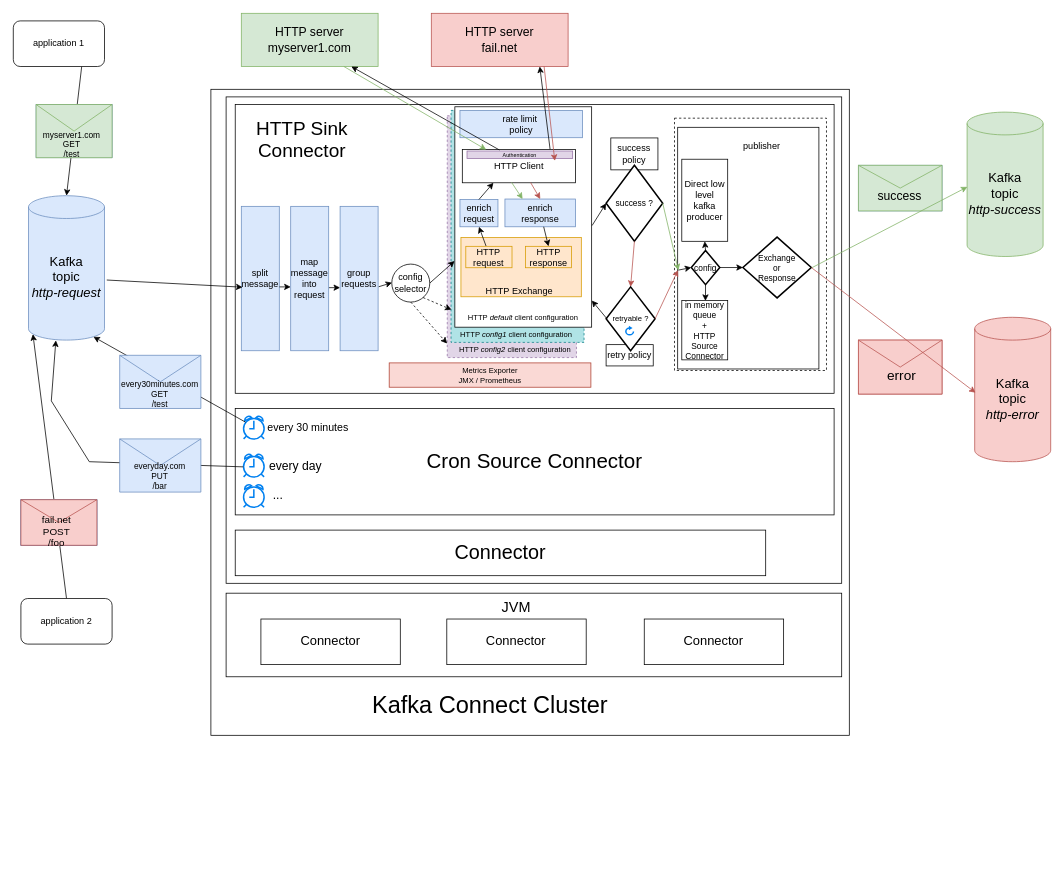
clescot/kafka-connect-http keeps this draw.io diagram as docs/images/architecture_options_2.drawio. Above is the earlier version. Source tidied: cells renumbered, new cells numbered last; positions are measured from the earlier drawing's top-left corner, leaving out a move shared by most shapes. Both pictures are drawn from the tidied source at 76%, with x=0, y=0 at pixel (13, 13).
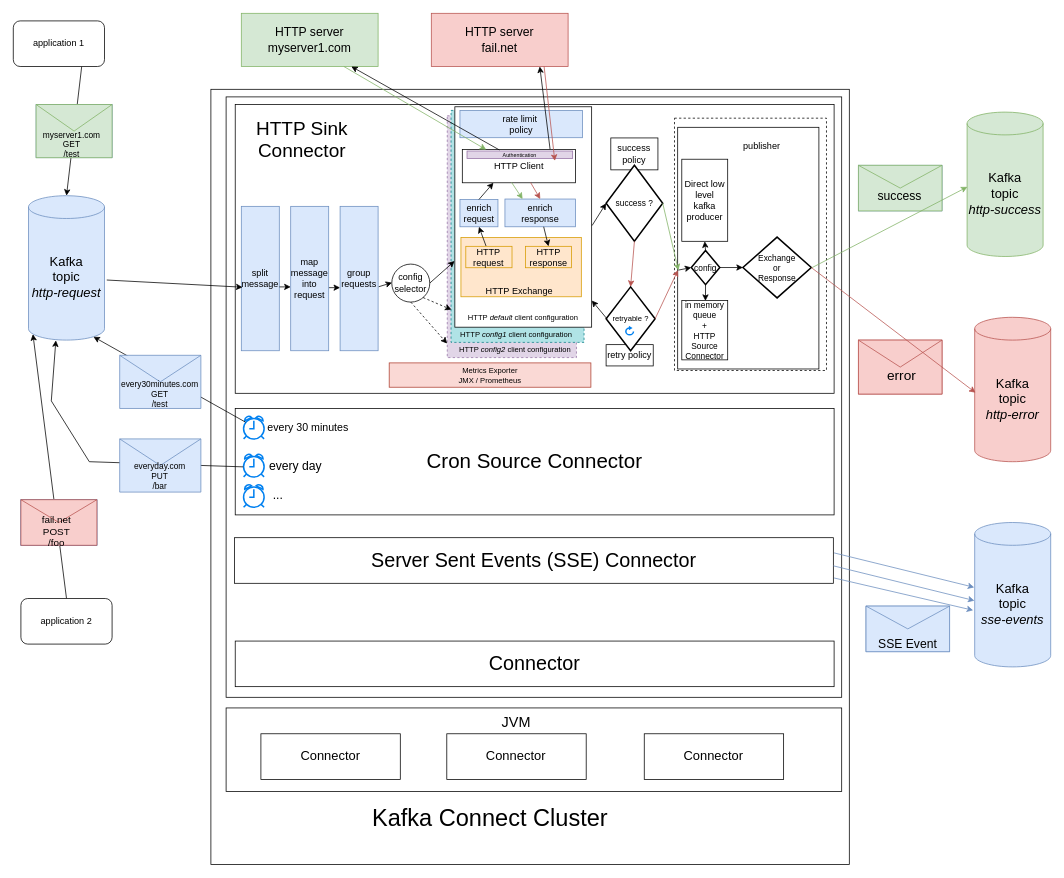
The same page after the edit.

Change to the diagram source:
```diff
@@
     <mxCell id="3" style="rounded=0;whiteSpace=wrap;html=1;" parent="1" vertex="1">
-      <mxGeometry x="260" y="100" width="840" height="850" as="geometry" />
+      <mxGeometry x="260" y="100" width="840" height="1020" as="geometry" />
     </mxCell>
     <mxCell id="4" style="rounded=0;whiteSpace=wrap;html=1;" parent="1" vertex="1">
-      <mxGeometry x="280" y="110" width="810" height="640" as="geometry" />
+      <mxGeometry x="280" y="110" width="810" height="790" as="geometry" />
     </mxCell>
     <mxCell id="5" value="&lt;font style=&quot;font-size: 31px;&quot;&gt;Kafka Connect Cluster&lt;/font&gt;" style="text;html=1;align=center;verticalAlign=middle;whiteSpace=wrap;rounded=0;" parent="1" vertex="1">
-      <mxGeometry x="455" y="895" width="345" height="30" as="geometry" />
+      <mxGeometry x="455" y="1044" width="345" height="30" as="geometry" />
     </mxCell>
@@
     <mxCell id="20" value="&lt;font style=&quot;font-size: 26px;&quot;&gt;Connector&lt;/font&gt;" style="rounded=0;whiteSpace=wrap;html=1;" parent="1" vertex="1">
-      <mxGeometry x="292" y="680" width="698" height="60" as="geometry" />
+      <mxGeometry x="292" y="826" width="788" height="60" as="geometry" />
     </mxCell>
@@
     <mxCell id="49" style="group;" parent="1" vertex="1">
-      <mxGeometry x="280" y="763" width="810" height="110" as="geometry" />
+      <mxGeometry x="280" y="914" width="810" height="110" as="geometry" />
     </mxCell>
@@
+    <mxCell id="114" value="&lt;font style=&quot;font-size: 26px;&quot;&gt;Server Sent Events (SSE) Connector&lt;/font&gt;" style="rounded=0;whiteSpace=wrap;html=1;" parent="1" vertex="1">
+      <mxGeometry x="291" y="690" width="788" height="60" as="geometry" />
+    </mxCell>
+    <mxCell id="115" value="&lt;font style=&quot;font-size: 17px;&quot;&gt;Kafka&lt;/font&gt;&lt;div style=&quot;font-size: 17px;&quot;&gt;&lt;font style=&quot;font-size: 17px;&quot;&gt;topic&lt;/font&gt;&lt;/div&gt;&lt;div style=&quot;font-size: 17px;&quot;&gt;&lt;i style=&quot;&quot;&gt;&lt;font style=&quot;font-size: 17px;&quot;&gt;sse-events&lt;/font&gt;&lt;/i&gt;&lt;/div&gt;" style="shape=cylinder3;whiteSpace=wrap;html=1;boundedLbl=1;backgroundOutline=1;size=15;fillColor=#dae8fc;strokeColor=#6c8ebf;" parent="1" vertex="1">
+      <mxGeometry x="1265" y="670" width="100" height="190" as="geometry" />
+    </mxCell>
+    <mxCell id="116" style="endArrow=classic;html=1;rounded=0;fillColor=#dae8fc;strokeColor=#6c8ebf;exitX=1.009;exitY=0.503;exitDx=0;exitDy=0;exitPerimeter=0;entryX=-0.003;entryY=0.541;entryDx=0;entryDy=0;entryPerimeter=0;" parent="1" edge="1" target="115">
+      <mxGeometry relative="1" as="geometry">
+        <mxPoint x="1079" y="727" as="sourcePoint" />
+      </mxGeometry>
+    </mxCell>
+    <mxCell id="117" style="endArrow=classic;html=1;rounded=0;fillColor=#dae8fc;strokeColor=#6c8ebf;exitX=1.009;exitY=0.503;exitDx=0;exitDy=0;entryX=-0.006;entryY=0.449;entryDx=0;entryDy=0;exitPerimeter=0;entryPerimeter=0;" parent="1" edge="1" target="115">
+      <mxGeometry relative="1" as="geometry">
+        <mxPoint x="1080" y="710" as="sourcePoint" />
+      </mxGeometry>
+    </mxCell>
+    <mxCell id="118" style="endArrow=classic;html=1;rounded=0;fillColor=#dae8fc;strokeColor=#6c8ebf;exitX=1.009;exitY=0.503;exitDx=0;exitDy=0;entryX=-0.02;entryY=0.608;entryDx=0;entryDy=0;exitPerimeter=0;entryPerimeter=0;" parent="1" edge="1" target="115">
+      <mxGeometry relative="1" as="geometry">
+        <mxPoint x="1080" y="743" as="sourcePoint" />
+      </mxGeometry>
+    </mxCell>
+    <mxCell id="119" style="group;fillColor=#dae8fc;strokeColor=#6c8ebf;" parent="1" vertex="1">
+      <mxGeometry x="1122" y="780" width="110" height="60" as="geometry" />
+    </mxCell>
+    <mxCell id="120" style="shape=message;html=1;html=1;labelPosition=center;verticalLabelPosition=bottom;align=center;verticalAlign=top;fillColor=#dae8fc;strokeColor=#6c8ebf;" parent="119" vertex="1">
+      <mxGeometry width="110" height="60" as="geometry" />
+    </mxCell>
+    <mxCell id="121" value="&lt;div style=&quot;font-size: 16px;&quot;&gt;SSE Event&lt;/div&gt;" style="text;html=1;align=center;verticalAlign=middle;whiteSpace=wrap;rounded=0;" parent="119" vertex="1">
+      <mxGeometry x="10" y="44.2" width="90" height="10.8" as="geometry" />
+    </mxCell>
```
